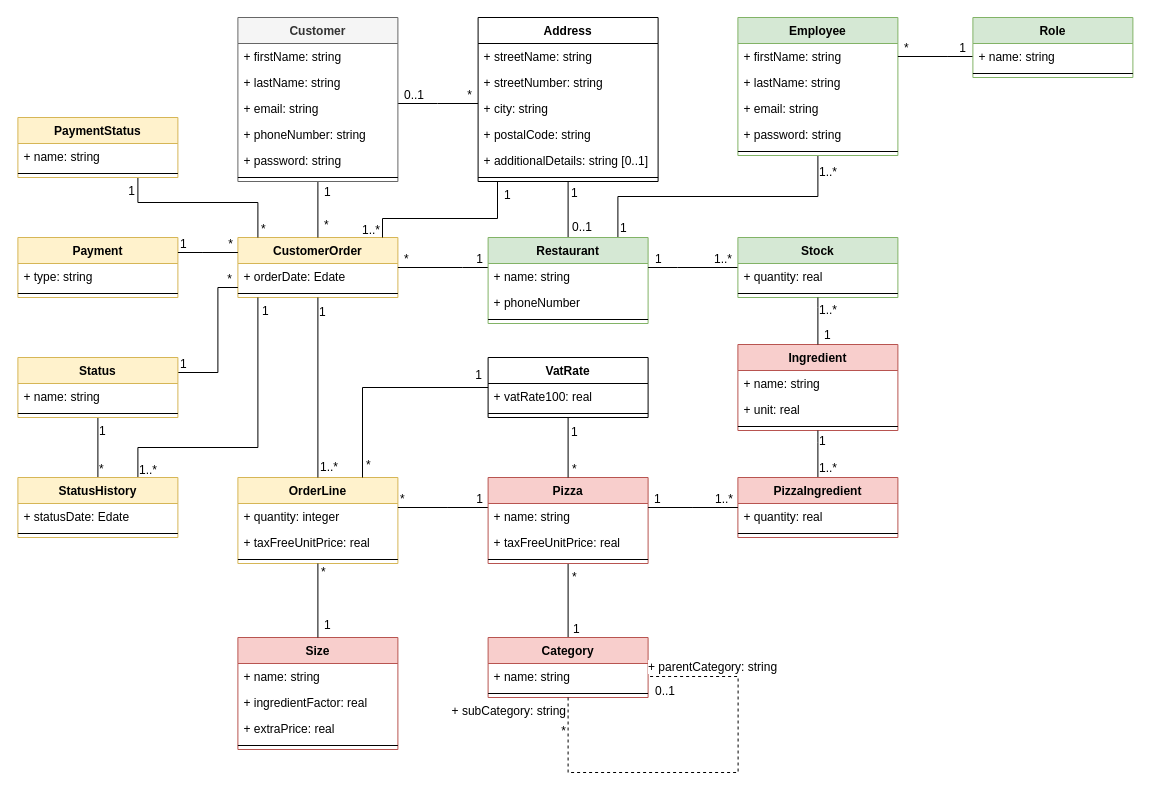
This is page "ClassDiagram" (11 of 14) of Diagrams/OCPizza.drawio from GuillaumeOj/DesignTechnicalSolution, a draw.io file, before an edit. Source tidied: cells renumbered, new cells numbered last; positions are measured from the earlier drawing's top-left corner, leaving out a move shared by most shapes. Both pictures are drawn from the tidied source at 100%, with x=0, y=0 at pixel (17, 17).
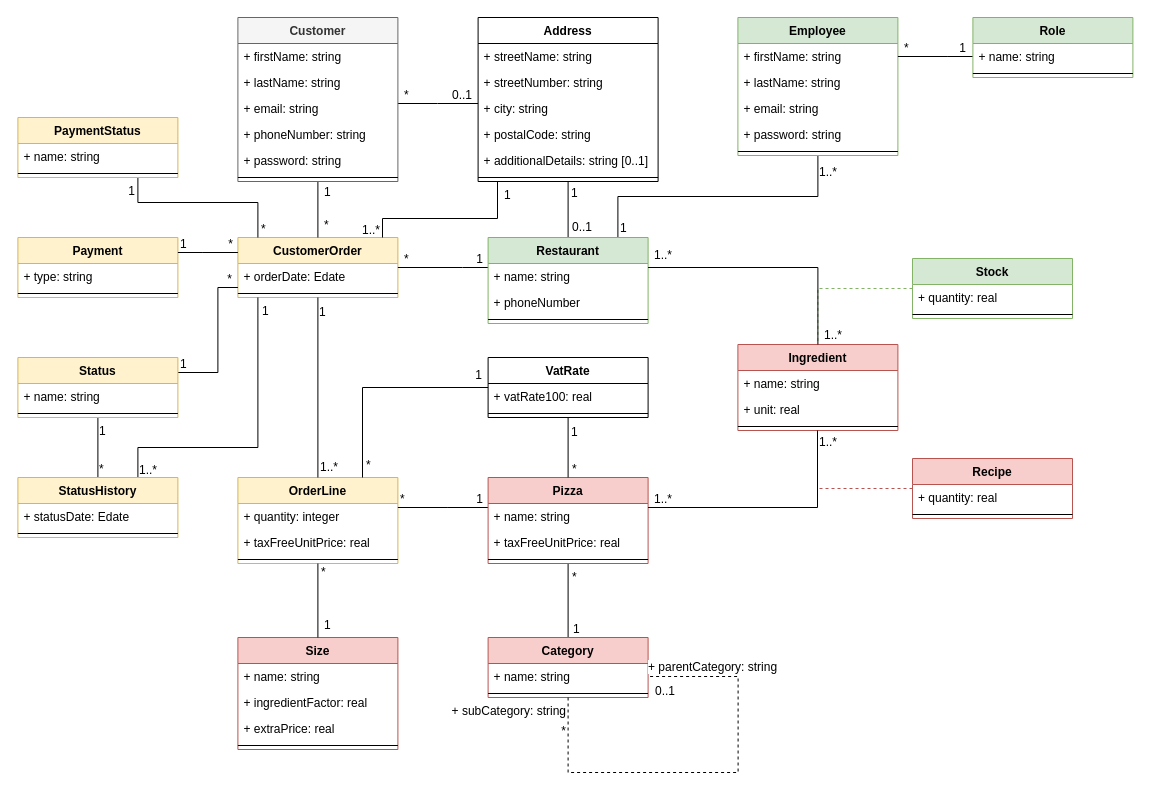
The same page after the edit.

Commit message (it also covers changes not shown here):
Rename 'pizza_ingredient' in 'recipe' and add association's classes in the class diagram

Unchanged cells that the change refers to:
```xml
<mxCell id="14" value="Ingredient" style="swimlane;fontStyle=1;align=center;verticalAlign=top;horizontal=1;startSize=26;fillColor=#f8cecc;strokeColor=#b85450;" parent="1" vertex="1">
  <mxGeometry x="720.4" y="327" width="160" height="86" as="geometry" />
</mxCell>
<mxCell id="18" style="edgeStyle=orthogonalEdgeStyle;rounded=0;jettySize=auto;html=1;startFill=1;endArrow=none;endFill=0;" parent="1" edge="1" source="24" target="40">
  <mxGeometry relative="1" as="geometry">
    <Array as="points">
      <mxPoint x="420" y="86" />
      <mxPoint x="420" y="86" />
    </Array>
  </mxGeometry>
</mxCell>
<mxCell id="59" value="Restaurant" style="swimlane;fontStyle=1;align=center;verticalAlign=top;horizontal=1;startSize=26;fillColor=#d5e8d4;strokeColor=#82b366;" parent="1" vertex="1">
  <mxGeometry x="470.6" y="220" width="160" height="86" as="geometry" />
</mxCell>
<mxCell id="85" value="+ name: string" style="text;strokeColor=none;fillColor=none;align=left;verticalAlign=top;spacingLeft=4;spacingRight=4;overflow=hidden;points=[[0,0.5],[1,0.5]];portConstraint=eastwest;" parent="84" vertex="1">
  <mxGeometry y="26" width="160" height="26" as="geometry" />
</mxCell>
```

The edit, as a diff of the source:
```diff
@@
+    <mxCell id="144" style="edgeStyle=orthogonalEdgeStyle;rounded=0;jettySize=auto;html=1;endArrow=none;endFill=0;dashed=1;fillColor=#f8cecc;strokeColor=#b85450;" parent="1" edge="1" source="75" target="14">
+      <mxGeometry relative="1" as="geometry">
+        <Array as="points">
+          <mxPoint x="800" y="471" />
+        </Array>
+      </mxGeometry>
+    </mxCell>
+    <mxCell id="145" style="edgeStyle=orthogonalEdgeStyle;rounded=0;jettySize=auto;html=1;dashed=1;endArrow=none;endFill=0;fillColor=#d5e8d4;strokeColor=#82b366;" parent="1" edge="1" source="66" target="14">
+      <mxGeometry relative="1" as="geometry" />
+    </mxCell>
@@
-    <mxCell id="19" value="0..1" style="text;html=1;align=left;verticalAlign=bottom;labelBackgroundColor=#ffffff;" parent="18" vertex="1">
+    <mxCell id="19" value="*" style="text;html=1;align=left;verticalAlign=bottom;labelBackgroundColor=#ffffff;" parent="18" vertex="1">
       <mxGeometry x="0.5" y="19" relative="1" as="geometry">
         <mxPoint x="-55" y="19" as="offset" />
       </mxGeometry>
     </mxCell>
-    <mxCell id="20" value="*" style="text;html=1;align=right;verticalAlign=bottom;labelBackgroundColor=#ffffff;spacing=2;spacingRight=0;" parent="18" vertex="1">
+    <mxCell id="20" value="0..1" style="text;html=1;align=right;verticalAlign=bottom;labelBackgroundColor=#ffffff;spacing=2;spacingRight=0;" parent="18" vertex="1">
       <mxGeometry x="0.5" y="-2" relative="1" as="geometry">
         <mxPoint x="14.9" y="-2" as="offset" />
       </mxGeometry>
     </mxCell>
@@
-    <mxCell id="63" style="edgeStyle=orthogonalEdgeStyle;rounded=0;jettySize=auto;html=1;startFill=1;endArrow=none;endFill=0;" parent="1" edge="1" source="66" target="59">
+    <mxCell id="63" style="edgeStyle=orthogonalEdgeStyle;rounded=0;jettySize=auto;html=1;startFill=1;endArrow=none;endFill=0;" parent="1" edge="1" source="14" target="59">
       <mxGeometry relative="1" as="geometry">
         <Array as="points">
-          <mxPoint x="660" y="250" />
-          <mxPoint x="660" y="250" />
+          <mxPoint x="800" y="250" />
         </Array>
       </mxGeometry>
     </mxCell>
-    <mxCell id="64" value="1" style="text;html=1;align=left;verticalAlign=bottom;labelBackgroundColor=#ffffff;" parent="63" vertex="1">
+    <mxCell id="64" value="1..*" style="text;html=1;align=left;verticalAlign=bottom;labelBackgroundColor=#ffffff;" parent="63" vertex="1">
       <mxGeometry x="0.23" y="-2" relative="1" as="geometry">
-        <mxPoint x="-29.8" y="2" as="offset" />
+        <mxPoint x="-90.7" y="-2" as="offset" />
       </mxGeometry>
     </mxCell>
-    <mxCell id="65" value="1..*" style="text;html=1;align=right;verticalAlign=bottom;labelBackgroundColor=#ffffff;" parent="63" vertex="1">
+    <mxCell id="65" value="1..*" style="text;html=1;align=left;verticalAlign=bottom;labelBackgroundColor=#ffffff;" parent="63" vertex="1">
       <mxGeometry x="-0.07" y="-2" relative="1" as="geometry">
-        <mxPoint x="36.6" y="2" as="offset" />
+        <mxPoint x="42.9" y="78" as="offset" />
       </mxGeometry>
     </mxCell>
     <mxCell id="66" value="Stock" style="swimlane;fontStyle=1;align=center;verticalAlign=top;horizontal=1;startSize=26;fillColor=#d5e8d4;strokeColor=#82b366;" parent="1" vertex="1">
-      <mxGeometry x="720.4" y="220" width="160" height="60" as="geometry" />
+      <mxGeometry x="895" y="241" width="160" height="60" as="geometry" />
     </mxCell>
@@
-    <mxCell id="69" style="edgeStyle=orthogonalEdgeStyle;rounded=0;jettySize=auto;html=1;startFill=1;endArrow=none;endFill=0;" parent="1" edge="1" source="14" target="75">
-      <mxGeometry relative="1" as="geometry">
-        <Array as="points">
-          <mxPoint x="800.4" y="425" />
-          <mxPoint x="800.4" y="425" />
-        </Array>
-      </mxGeometry>
-    </mxCell>
-    <mxCell id="70" value="1" style="text;html=1;align=left;verticalAlign=top;labelBackgroundColor=#ffffff;" parent="69" vertex="1">
-      <mxGeometry x="-0.48" y="-1" relative="1" as="geometry">
-        <mxPoint x="1" y="-15" as="offset" />
-      </mxGeometry>
-    </mxCell>
-    <mxCell id="71" value="1..*" style="text;html=1;align=left;verticalAlign=bottom;labelBackgroundColor=#ffffff;" parent="69" vertex="1">
-      <mxGeometry x="0.72" y="1" relative="1" as="geometry">
-        <mxPoint x="-1" y="6.4" as="offset" />
-      </mxGeometry>
-    </mxCell>
-    <mxCell id="72" style="edgeStyle=orthogonalEdgeStyle;rounded=0;jettySize=auto;html=1;exitX=0.5;exitY=0;exitDx=0;exitDy=0;startFill=1;endArrow=none;endFill=0;" parent="1" edge="1" source="14" target="66">
-      <mxGeometry relative="1" as="geometry">
-        <Array as="points">
-          <mxPoint x="800.4" y="290" />
-          <mxPoint x="800.4" y="290" />
-        </Array>
-      </mxGeometry>
-    </mxCell>
-    <mxCell id="73" value="1..*" style="text;html=1;align=left;verticalAlign=top;labelBackgroundColor=#ffffff;" parent="72" vertex="1">
-      <mxGeometry x="0.76" relative="1" as="geometry">
-        <mxPoint y="-7.2" as="offset" />
-      </mxGeometry>
-    </mxCell>
-    <mxCell id="74" value="1" style="text;html=1;align=left;verticalAlign=bottom;labelBackgroundColor=#ffffff;" parent="72" vertex="1">
-      <mxGeometry x="-0.73" y="-2" relative="1" as="geometry">
-        <mxPoint x="2.6" y="5.3" as="offset" />
-      </mxGeometry>
-    </mxCell>
-    <mxCell id="75" value="PizzaIngredient" style="swimlane;fontStyle=1;align=center;verticalAlign=top;horizontal=1;startSize=26;fillColor=#f8cecc;strokeColor=#b85450;" parent="1" vertex="1">
-      <mxGeometry x="720.4" y="460" width="160" height="60" as="geometry" />
+    <mxCell id="75" value="Recipe" style="swimlane;fontStyle=1;align=center;verticalAlign=top;horizontal=1;startSize=26;fillColor=#f8cecc;strokeColor=#b85450;" parent="1" vertex="1">
+      <mxGeometry x="895" y="441" width="160" height="60" as="geometry" />
     </mxCell>
@@
-    <mxCell id="129" style="edgeStyle=orthogonalEdgeStyle;rounded=0;jettySize=auto;html=1;startFill=1;endArrow=none;endFill=0;" parent="1" edge="1" source="85" target="75">
+    <mxCell id="129" style="edgeStyle=orthogonalEdgeStyle;rounded=0;jettySize=auto;html=1;startFill=1;endArrow=none;endFill=0;" parent="1" edge="1" source="85" target="14">
       <mxGeometry relative="1" as="geometry">
         <Array as="points">
-          <mxPoint x="675.4" y="490" />
-          <mxPoint x="675.4" y="490" />
+          <mxPoint x="800" y="490" />
         </Array>
       </mxGeometry>
     </mxCell>
-    <mxCell id="130" value="1..*" style="text;html=1;align=right;verticalAlign=bottom;labelBackgroundColor=#ffffff;" parent="129" vertex="1">
+    <mxCell id="130" value="1..*" style="text;html=1;align=left;verticalAlign=top;labelBackgroundColor=#ffffff;" parent="129" vertex="1">
       <mxGeometry x="0.13" y="2" relative="1" as="geometry">
-        <mxPoint x="34" y="2" as="offset" />
+        <mxPoint x="30.8" y="-77" as="offset" />
       </mxGeometry>
     </mxCell>
-    <mxCell id="131" value="1" style="text;html=1;align=left;verticalAlign=bottom;labelBackgroundColor=#ffffff;" parent="129" vertex="1">
+    <mxCell id="131" value="1..*" style="text;html=1;align=left;verticalAlign=bottom;labelBackgroundColor=#ffffff;" parent="129" vertex="1">
       <mxGeometry y="27" relative="1" as="geometry">
-        <mxPoint x="-40.3" y="27" as="offset" />
+        <mxPoint x="-118.6" y="27" as="offset" />
       </mxGeometry>
     </mxCell>
```
